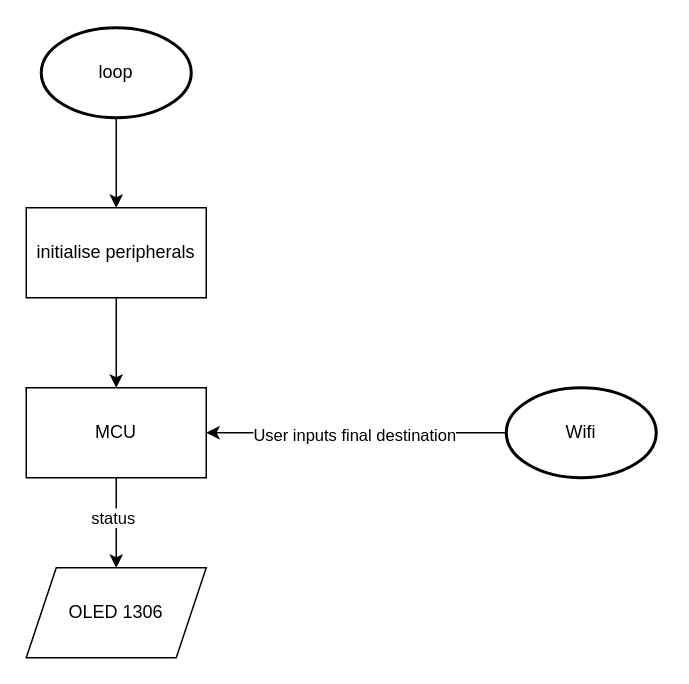
Before: docs/slave_status.drawio in bryanli-ucl/AIPS, a draw.io diagram. Source tidied: cells renumbered, new cells numbered last; positions are measured from the earlier drawing's top-left corner, leaving out a move shared by most shapes. Both pictures are drawn from the tidied source at 150%, with x=0, y=0 at pixel (26, 27).
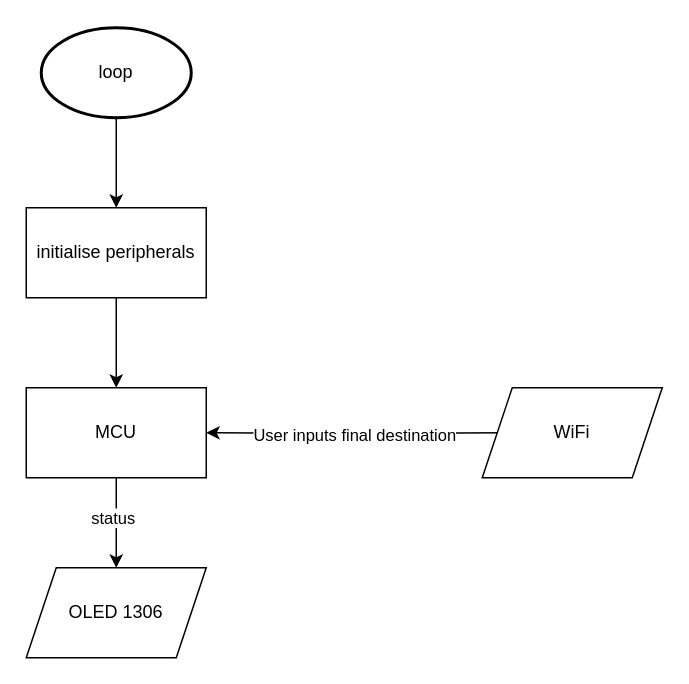
The same diagram, later.

What changed in the source:
```diff
@@
 <mxGraphModel>
   <root>
     <mxCell id="0" />
     <mxCell id="1" parent="0" />
-    <mxCell id="2" style="edgeStyle=orthogonalEdgeStyle;rounded=0;jettySize=auto;html=1;entryX=1;entryY=0.5;entryDx=0;entryDy=0;" parent="1" edge="1" source="4" target="11">
-      <mxGeometry relative="1" as="geometry" />
+    <mxCell id="2" style="edgeStyle=orthogonalEdgeStyle;rounded=0;jettySize=auto;html=1;entryX=1;entryY=0.5;entryDx=0;entryDy=0;" parent="1" edge="1" target="11">
+      <mxGeometry relative="1" as="geometry">
+        <mxPoint x="320" y="270" as="sourcePoint" />
+      </mxGeometry>
     </mxCell>
     <mxCell id="3" value="User inputs final destination" style="edgeLabel;html=1;align=center;verticalAlign=middle;" parent="2" vertex="1">
       <mxGeometry x="0.02" y="1" relative="1" as="geometry" />
     </mxCell>
-    <mxCell id="4" value="Wifi" style="strokeWidth=2;html=1;shape=mxgraph.flowchart.start_1;whiteSpace=wrap;" parent="1" vertex="1">
-      <mxGeometry x="320" y="240" width="100" height="60" as="geometry" />
-    </mxCell>
     <mxCell id="5" style="edgeStyle=orthogonalEdgeStyle;rounded=0;jettySize=auto;html=1;entryX=0.5;entryY=0;entryDx=0;entryDy=0;" parent="1" edge="1" source="6" target="8">
       <mxGeometry relative="1" as="geometry" />
     </mxCell>
     <mxCell id="6" value="loop" style="strokeWidth=2;html=1;shape=mxgraph.flowchart.start_1;whiteSpace=wrap;" parent="1" vertex="1">
       <mxGeometry x="10" width="100" height="60" as="geometry" />
     </mxCell>
     <mxCell id="7" style="edgeStyle=orthogonalEdgeStyle;rounded=0;jettySize=auto;html=1;entryX=0.5;entryY=0;entryDx=0;entryDy=0;" parent="1" edge="1" source="8" target="11">
       <mxGeometry relative="1" as="geometry" />
     </mxCell>
     <mxCell id="8" value="initialise peripherals" style="rounded=0;whiteSpace=wrap;html=1;" parent="1" vertex="1">
       <mxGeometry y="120" width="120" height="60" as="geometry" />
     </mxCell>
     <mxCell id="9" style="edgeStyle=orthogonalEdgeStyle;rounded=0;jettySize=auto;html=1;entryX=0.5;entryY=0;entryDx=0;entryDy=0;" parent="1" edge="1" source="11" target="12">
       <mxGeometry relative="1" as="geometry" />
     </mxCell>
     <mxCell id="10" value="status" style="edgeLabel;html=1;align=center;verticalAlign=middle;" parent="9" vertex="1">
       <mxGeometry x="-0.13" y="-3" relative="1" as="geometry" />
     </mxCell>
     <mxCell id="11" value="MCU" style="rounded=0;whiteSpace=wrap;html=1;" parent="1" vertex="1">
       <mxGeometry y="240" width="120" height="60" as="geometry" />
     </mxCell>
     <mxCell id="12" value="OLED 1306" style="shape=parallelogram;perimeter=parallelogramPerimeter;whiteSpace=wrap;html=1;fixedSize=1;" parent="1" vertex="1">
       <mxGeometry y="360" width="120" height="60" as="geometry" />
     </mxCell>
+    <mxCell id="13" value="WiFi" style="shape=parallelogram;perimeter=parallelogramPerimeter;whiteSpace=wrap;html=1;fixedSize=1;" parent="1" vertex="1">
+      <mxGeometry x="304" y="240" width="120" height="60" as="geometry" />
+    </mxCell>
   </root>
 </mxGraphModel>
```
